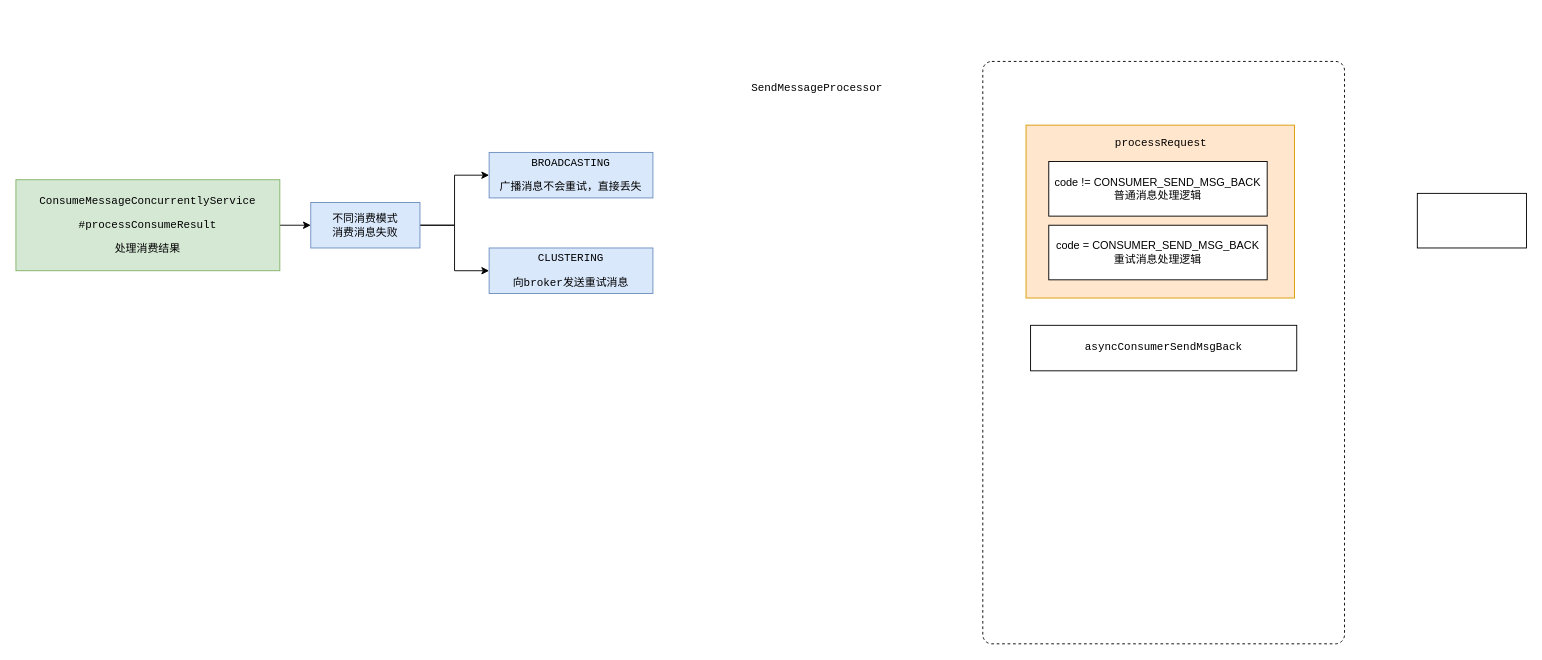
Earlier version of the draw.io diagram rocketmq/消息消费重试逻辑.drawio (erlieStar/diagrams). Source tidied: cells renumbered, new cells numbered last; positions are measured from the earlier drawing's top-left corner, leaving out a move shared by most shapes. Both pictures are drawn from the tidied source at 91%, with x=0, y=0 at pixel (15, 61).
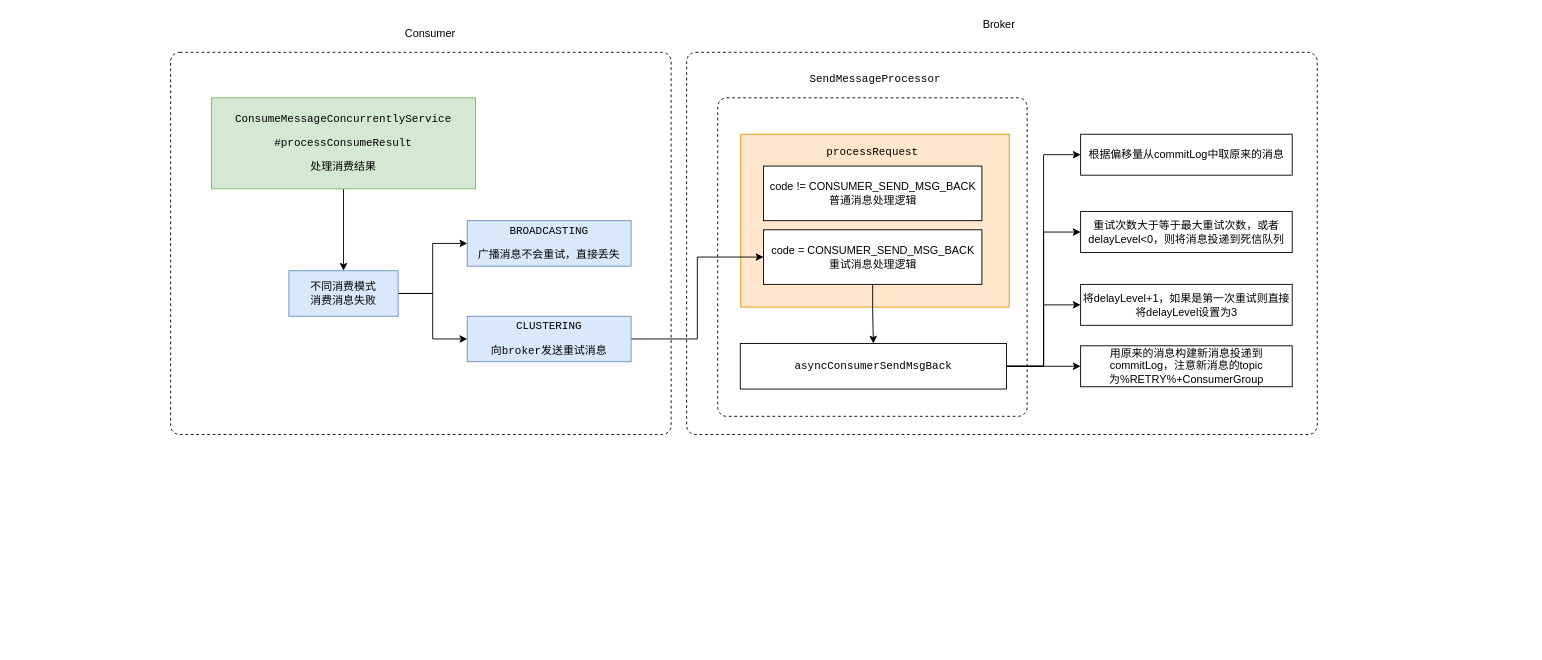
After the change.

Commit message:
Update 消息消费重试逻辑.drawio

Diff of the diagram source:
```diff
@@
+    <mxCell id="17" style="html=1;align=center;verticalAlign=top;rounded=1;absoluteArcSize=1;arcSize=20;dashed=1;" parent="1" vertex="1">
+      <mxGeometry x="737" y="-10" width="693" height="420" as="geometry" />
+    </mxCell>
+    <mxCell id="18" style="html=1;align=center;verticalAlign=top;rounded=1;absoluteArcSize=1;arcSize=20;dashed=1;" parent="1" vertex="1">
+      <mxGeometry x="170" y="-10" width="550" height="420" as="geometry" />
+    </mxCell>
     <mxCell id="2" style="html=1;align=center;verticalAlign=top;rounded=1;absoluteArcSize=1;arcSize=20;dashed=1;" parent="1" vertex="1">
-      <mxGeometry x="1062.5" width="397.5" height="640" as="geometry" />
+      <mxGeometry x="771.2" y="40" width="340" height="350" as="geometry" />
     </mxCell>
     <mxCell id="3" style="rounded=0;whiteSpace=wrap;html=1;fillColor=#ffe6cc;strokeColor=#d79b00;" parent="1" vertex="1">
-      <mxGeometry x="1110" y="70" width="295" height="190" as="geometry" />
+      <mxGeometry x="796.5" y="80" width="295" height="190" as="geometry" />
     </mxCell>
-    <mxCell id="4" style="edgeStyle=orthogonalEdgeStyle;rounded=0;jettySize=auto;html=1;exitX=1;exitY=0.5;exitDx=0;exitDy=0;entryX=0;entryY=0.5;entryDx=0;entryDy=0;" parent="1" edge="1" source="5" target="8">
+    <mxCell id="4" style="edgeStyle=orthogonalEdgeStyle;rounded=0;jettySize=auto;html=1;exitX=0.5;exitY=1;exitDx=0;exitDy=0;entryX=0.5;entryY=0;entryDx=0;entryDy=0;" parent="1" edge="1" source="5" target="8">
       <mxGeometry relative="1" as="geometry" />
     </mxCell>
     <mxCell id="5" value="&lt;pre&gt;ConsumeMessageConcurrentlyService&lt;/pre&gt;&lt;pre&gt;#processConsumeResult&lt;/pre&gt;&lt;pre&gt;处理消费结果&lt;/pre&gt;" style="rounded=0;whiteSpace=wrap;html=1;fillColor=#d5e8d4;strokeColor=#82b366;" parent="1" vertex="1">
-      <mxGeometry y="130" width="290" height="100" as="geometry" />
+      <mxGeometry x="215" y="40" width="290" height="100" as="geometry" />
     </mxCell>
@@
     <mxCell id="8" value="不同消费模式&lt;br&gt;消费消息失败" style="rounded=0;whiteSpace=wrap;html=1;fillColor=#dae8fc;strokeColor=#6c8ebf;" parent="1" vertex="1">
-      <mxGeometry x="324" y="155" width="120" height="50" as="geometry" />
+      <mxGeometry x="300" y="230" width="120" height="50" as="geometry" />
     </mxCell>
     <mxCell id="9" value="&lt;pre&gt;BROADCASTING&lt;/pre&gt;&lt;pre&gt;广播消息不会重试，直接丢失&lt;/pre&gt;" style="rounded=0;whiteSpace=wrap;html=1;fillColor=#dae8fc;strokeColor=#6c8ebf;" parent="1" vertex="1">
-      <mxGeometry x="520" y="100" width="180" height="50" as="geometry" />
+      <mxGeometry x="496" y="175" width="180" height="50" as="geometry" />
     </mxCell>
+    <mxCell id="19" style="edgeStyle=orthogonalEdgeStyle;rounded=0;jettySize=auto;html=1;exitX=1;exitY=0.5;exitDx=0;exitDy=0;entryX=0;entryY=0.5;entryDx=0;entryDy=0;" parent="1" edge="1" source="10" target="13">
+      <mxGeometry relative="1" as="geometry" />
+    </mxCell>
     <mxCell id="10" value="&lt;pre&gt;CLUSTERING&lt;/pre&gt;&lt;pre&gt;向broker发送重试消息&lt;/pre&gt;" style="rounded=0;whiteSpace=wrap;html=1;fillColor=#dae8fc;strokeColor=#6c8ebf;" parent="1" vertex="1">
-      <mxGeometry x="520" y="205" width="180" height="50" as="geometry" />
+      <mxGeometry x="496" y="280" width="180" height="50" as="geometry" />
     </mxCell>
     <mxCell id="11" value="&lt;pre&gt;SendMessageProcessor&lt;/pre&gt;" style="text;html=1;align=center;verticalAlign=middle;strokeColor=none;fillColor=none;" parent="1" vertex="1">
-      <mxGeometry x="800" y="10" width="160" height="40" as="geometry" />
+      <mxGeometry x="863.8" width="160" height="40" as="geometry" />
     </mxCell>
     <mxCell id="12" value="code !=&amp;nbsp;CONSUMER_SEND_MSG_BACK&lt;br&gt;普通消息处理逻辑" style="rounded=0;whiteSpace=wrap;html=1;" parent="1" vertex="1">
-      <mxGeometry x="1135" y="110" width="240" height="60" as="geometry" />
+      <mxGeometry x="821.5" y="115" width="240" height="60" as="geometry" />
     </mxCell>
+    <mxCell id="20" style="edgeStyle=orthogonalEdgeStyle;rounded=0;jettySize=auto;html=1;exitX=0.5;exitY=1;exitDx=0;exitDy=0;entryX=0.5;entryY=0;entryDx=0;entryDy=0;" parent="1" edge="1" source="13" target="15">
+      <mxGeometry relative="1" as="geometry" />
+    </mxCell>
     <mxCell id="13" value="code =&amp;nbsp;CONSUMER_SEND_MSG_BACK&lt;br&gt;重试消息处理逻辑" style="rounded=0;whiteSpace=wrap;html=1;" parent="1" vertex="1">
-      <mxGeometry x="1135" y="180" width="240" height="60" as="geometry" />
+      <mxGeometry x="821.5" y="185" width="240" height="60" as="geometry" />
     </mxCell>
     <mxCell id="14" value="&lt;pre&gt;processRequest&lt;/pre&gt;" style="text;html=1;align=center;verticalAlign=middle;strokeColor=none;fillColor=none;" parent="1" vertex="1">
-      <mxGeometry x="1197.5" y="70" width="120" height="40" as="geometry" />
+      <mxGeometry x="881.2" y="80" width="120" height="40" as="geometry" />
     </mxCell>
+    <mxCell id="21" style="edgeStyle=orthogonalEdgeStyle;rounded=0;jettySize=auto;html=1;exitX=1;exitY=0.5;exitDx=0;exitDy=0;entryX=0;entryY=0.5;entryDx=0;entryDy=0;" parent="1" edge="1" source="15" target="16">
+      <mxGeometry relative="1" as="geometry" />
+    </mxCell>
+    <mxCell id="22" style="edgeStyle=orthogonalEdgeStyle;rounded=0;jettySize=auto;html=1;exitX=1;exitY=0.5;exitDx=0;exitDy=0;entryX=0;entryY=0.5;entryDx=0;entryDy=0;" parent="1" edge="1" source="15" target="25">
+      <mxGeometry relative="1" as="geometry" />
+    </mxCell>
+    <mxCell id="23" style="edgeStyle=orthogonalEdgeStyle;rounded=0;jettySize=auto;html=1;exitX=1;exitY=0.5;exitDx=0;exitDy=0;entryX=0;entryY=0.5;entryDx=0;entryDy=0;" parent="1" edge="1" source="15" target="26">
+      <mxGeometry relative="1" as="geometry" />
+    </mxCell>
+    <mxCell id="24" style="edgeStyle=orthogonalEdgeStyle;rounded=0;jettySize=auto;html=1;exitX=1;exitY=0.5;exitDx=0;exitDy=0;entryX=0;entryY=0.5;entryDx=0;entryDy=0;" parent="1" edge="1" source="15" target="27">
+      <mxGeometry relative="1" as="geometry" />
+    </mxCell>
     <mxCell id="15" value="&lt;pre&gt;asyncConsumerSendMsgBack&lt;/pre&gt;" style="rounded=0;whiteSpace=wrap;html=1;" parent="1" vertex="1">
-      <mxGeometry x="1115" y="290" width="292.5" height="50" as="geometry" />
+      <mxGeometry x="796" y="310" width="292.5" height="50" as="geometry" />
     </mxCell>
-    <mxCell id="16" style="rounded=0;whiteSpace=wrap;html=1;" parent="1" vertex="1">
-      <mxGeometry x="1540" y="145" width="120" height="60" as="geometry" />
+    <mxCell id="16" value="根据偏移量从commitLog中取原来的消息" style="rounded=0;whiteSpace=wrap;html=1;" parent="1" vertex="1">
+      <mxGeometry x="1170" y="80" width="232.5" height="45" as="geometry" />
     </mxCell>
+    <mxCell id="25" value="重试次数大于等于最大重试次数，或者&lt;span style=&quot;text-align: justify&quot;&gt;delayLevel&amp;lt;0，则将消息投递到死信队列&lt;/span&gt;" style="rounded=0;whiteSpace=wrap;html=1;" parent="1" vertex="1">
+      <mxGeometry x="1170" y="165" width="232.5" height="45" as="geometry" />
+    </mxCell>
+    <mxCell id="26" value="将&lt;span style=&quot;text-align: justify&quot;&gt;delayLevel+1，如果是第一次重试则直接将&lt;/span&gt;&lt;span style=&quot;text-align: justify&quot;&gt;delayLevel设置为3&lt;/span&gt;" style="rounded=0;whiteSpace=wrap;html=1;" parent="1" vertex="1">
+      <mxGeometry x="1170" y="245" width="232.5" height="45" as="geometry" />
+    </mxCell>
+    <mxCell id="27" value="用原来的消息构建新消息投递到&lt;br&gt;commitLog，注意新消息的topic为&lt;span&gt;%RETRY%+ConsumerGroup&lt;/span&gt;" style="rounded=0;whiteSpace=wrap;html=1;" parent="1" vertex="1">
+      <mxGeometry x="1170" y="312.5" width="232.5" height="45" as="geometry" />
+    </mxCell>
+    <mxCell id="28" value="Consumer" style="text;html=1;align=center;verticalAlign=middle;strokeColor=none;fillColor=none;" parent="1" vertex="1">
+      <mxGeometry x="420" y="-40" width="70" height="20" as="geometry" />
+    </mxCell>
+    <mxCell id="29" value="Broker" style="text;html=1;align=center;verticalAlign=middle;strokeColor=none;fillColor=none;" parent="1" vertex="1">
+      <mxGeometry x="1055" y="-50" width="50" height="20" as="geometry" />
+    </mxCell>
```
